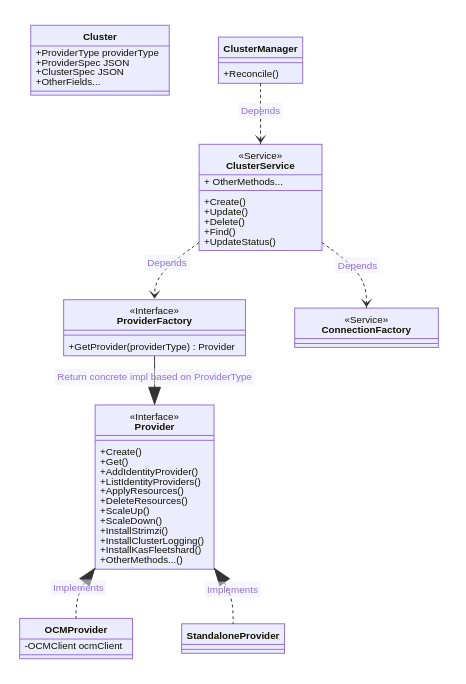
Above: docs/images/cluster-management-abstraction.png in bf2fc6cc711aee1a0c2a/kas-fleet-manager (Mermaid), before the change. Its source is kept beside it as docs/mermaid-diagrams-source/cluster-management-abstraction.mmd.
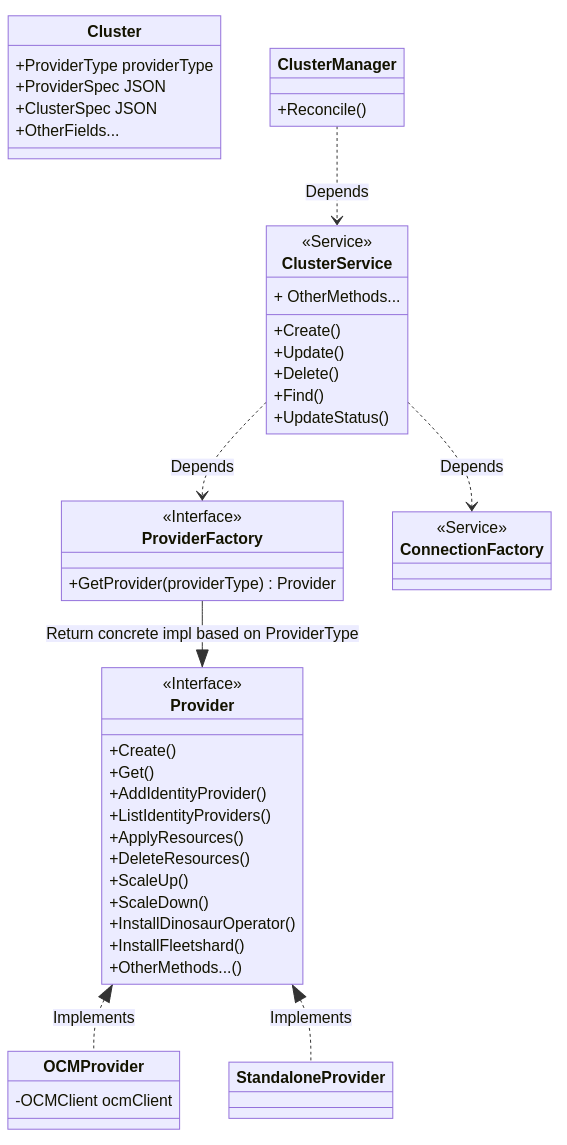
Later version of the same file.

What changed in the source:
```diff
@@ -17,7 +17,6 @@
       + ScaleUp()
       + ScaleDown()
       + InstallDinosaurOperator()
-      + InstallClusterLogging()
       + InstallFleetshard()
       + OtherMethods...()
   }
```
